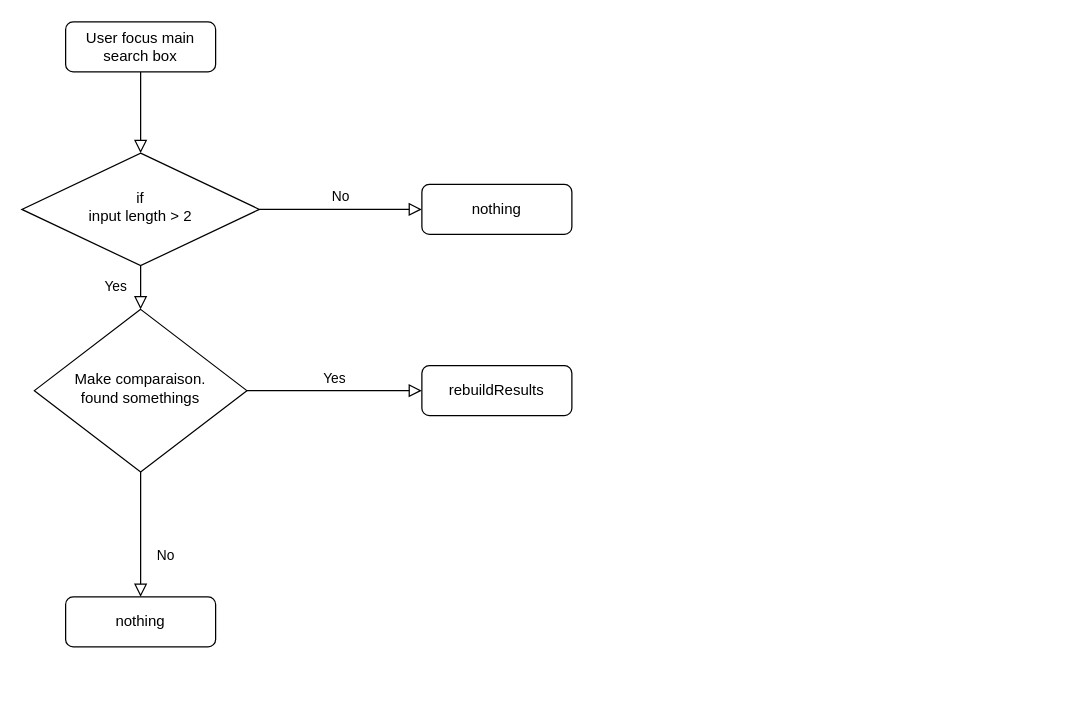
Before: Untitled Diagram.drawio in flogus/algorithmeRechercheJavaScript, a draw.io diagram. Source tidied: cells renumbered, new cells numbered last; positions are measured from the earlier drawing's top-left corner, leaving out a move shared by most shapes. Both pictures are drawn from the tidied source at 125%, with x=0, y=0 at pixel (21, 21).
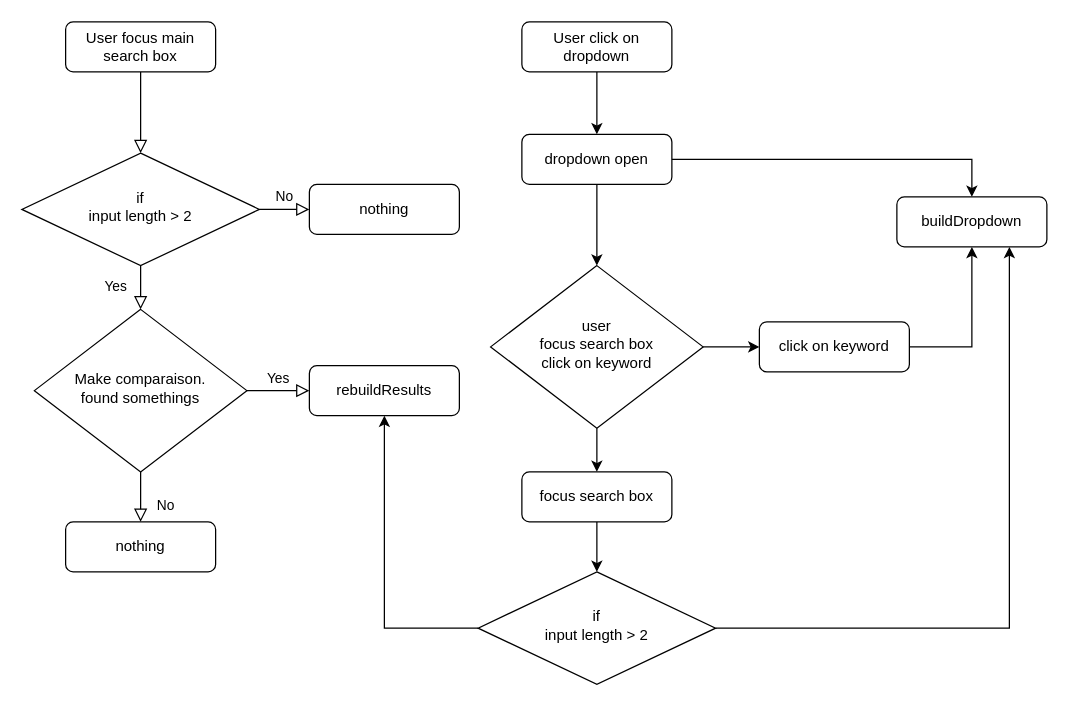
The same diagram, later.

Change to the diagram source:
```diff
@@
     <mxCell id="7" value="nothing" style="rounded=1;whiteSpace=wrap;html=1;fontSize=12;glass=0;strokeWidth=1;shadow=0;" parent="1" vertex="1">
-      <mxGeometry x="320" y="130" width="120" height="40" as="geometry" />
+      <mxGeometry x="230" y="130" width="120" height="40" as="geometry" />
     </mxCell>
@@
     <mxCell id="11" value="nothing" style="rounded=1;whiteSpace=wrap;html=1;fontSize=12;glass=0;strokeWidth=1;shadow=0;" parent="1" vertex="1">
-      <mxGeometry x="35" y="460" width="120" height="40" as="geometry" />
+      <mxGeometry x="35" y="400" width="120" height="40" as="geometry" />
     </mxCell>
     <mxCell id="12" value="rebuildResults" style="rounded=1;whiteSpace=wrap;html=1;fontSize=12;glass=0;strokeWidth=1;shadow=0;" parent="1" vertex="1">
-      <mxGeometry x="320" y="275" width="120" height="40" as="geometry" />
+      <mxGeometry x="230" y="275" width="120" height="40" as="geometry" />
     </mxCell>
+    <mxCell id="13" value="User click on dropdown" style="rounded=1;whiteSpace=wrap;html=1;fontSize=12;glass=0;strokeWidth=1;shadow=0;" parent="1" vertex="1">
+      <mxGeometry x="400" width="120" height="40" as="geometry" />
+    </mxCell>
+    <mxCell id="14" value="dropdown open" style="rounded=1;whiteSpace=wrap;html=1;fontSize=12;glass=0;strokeWidth=1;shadow=0;" parent="1" vertex="1">
+      <mxGeometry x="400" y="90" width="120" height="40" as="geometry" />
+    </mxCell>
+    <mxCell id="15" value="focus search box" style="rounded=1;whiteSpace=wrap;html=1;fontSize=12;glass=0;strokeWidth=1;shadow=0;" parent="1" vertex="1">
+      <mxGeometry x="400" y="360" width="120" height="40" as="geometry" />
+    </mxCell>
+    <mxCell id="16" style="endArrow=classic;html=1;rounded=0;entryX=0.5;entryY=0;entryDx=0;entryDy=0;exitX=0.5;exitY=1;exitDx=0;exitDy=0;" parent="1" edge="1" source="13" target="14">
+      <mxGeometry relative="1" as="geometry" />
+    </mxCell>
+    <mxCell id="17" style="endArrow=classic;html=1;rounded=0;exitX=0.5;exitY=1;exitDx=0;exitDy=0;entryX=0.5;entryY=0;entryDx=0;entryDy=0;" parent="1" edge="1" source="14" target="19">
+      <mxGeometry relative="1" as="geometry" />
+    </mxCell>
+    <mxCell id="18" value="buildDropdown" style="rounded=1;whiteSpace=wrap;html=1;fontSize=12;glass=0;strokeWidth=1;shadow=0;" parent="1" vertex="1">
+      <mxGeometry x="700" y="140" width="120" height="40" as="geometry" />
+    </mxCell>
+    <mxCell id="19" value="user&lt;br&gt;focus search box&lt;br&gt;click on keyword" style="rhombus;whiteSpace=wrap;html=1;shadow=0;fontFamily=Helvetica;fontSize=12;align=center;strokeWidth=1;spacing=6;spacingTop=-4;" parent="1" vertex="1">
+      <mxGeometry x="375" y="195" width="170" height="130" as="geometry" />
+    </mxCell>
+    <mxCell id="20" style="endArrow=classic;html=1;rounded=0;exitX=0.5;exitY=1;exitDx=0;exitDy=0;" parent="1" edge="1" source="19" target="15">
+      <mxGeometry relative="1" as="geometry" />
+    </mxCell>
+    <mxCell id="21" value="click on keyword" style="rounded=1;whiteSpace=wrap;html=1;fontSize=12;glass=0;strokeWidth=1;shadow=0;" parent="1" vertex="1">
+      <mxGeometry x="590" y="240" width="120" height="40" as="geometry" />
+    </mxCell>
+    <mxCell id="22" style="endArrow=classic;html=1;rounded=0;exitX=1;exitY=0.5;exitDx=0;exitDy=0;" parent="1" edge="1" source="19" target="21">
+      <mxGeometry relative="1" as="geometry" />
+    </mxCell>
+    <mxCell id="23" value="if&lt;br&gt;input length &amp;gt; 2" style="rhombus;whiteSpace=wrap;html=1;shadow=0;fontFamily=Helvetica;fontSize=12;align=center;strokeWidth=1;spacing=6;spacingTop=-4;" parent="1" vertex="1">
+      <mxGeometry x="365" y="440" width="190" height="90" as="geometry" />
+    </mxCell>
+    <mxCell id="24" style="endArrow=classic;html=1;rounded=0;exitX=0;exitY=0.5;exitDx=0;exitDy=0;entryX=0.5;entryY=1;entryDx=0;entryDy=0;edgeStyle=orthogonalEdgeStyle;" parent="1" edge="1" source="23" target="12">
+      <mxGeometry relative="1" as="geometry" />
+    </mxCell>
+    <mxCell id="25" style="endArrow=classic;html=1;rounded=0;exitX=0.5;exitY=1;exitDx=0;exitDy=0;entryX=0.5;entryY=0;entryDx=0;entryDy=0;" parent="1" edge="1" source="15" target="23">
+      <mxGeometry relative="1" as="geometry" />
+    </mxCell>
+    <mxCell id="26" style="endArrow=classic;html=1;rounded=0;exitX=1;exitY=0.5;exitDx=0;exitDy=0;entryX=0.75;entryY=1;entryDx=0;entryDy=0;edgeStyle=orthogonalEdgeStyle;" parent="1" edge="1" source="23" target="18">
+      <mxGeometry relative="1" as="geometry" />
+    </mxCell>
+    <mxCell id="27" style="endArrow=classic;html=1;rounded=0;exitX=1;exitY=0.5;exitDx=0;exitDy=0;entryX=0.5;entryY=0;entryDx=0;entryDy=0;edgeStyle=orthogonalEdgeStyle;" parent="1" edge="1" source="14" target="18">
+      <mxGeometry relative="1" as="geometry" />
+    </mxCell>
+    <mxCell id="28" style="endArrow=classic;html=1;rounded=0;exitX=1;exitY=0.5;exitDx=0;exitDy=0;entryX=0.5;entryY=1;entryDx=0;entryDy=0;edgeStyle=orthogonalEdgeStyle;" parent="1" edge="1" source="21" target="18">
+      <mxGeometry relative="1" as="geometry" />
+    </mxCell>
```
